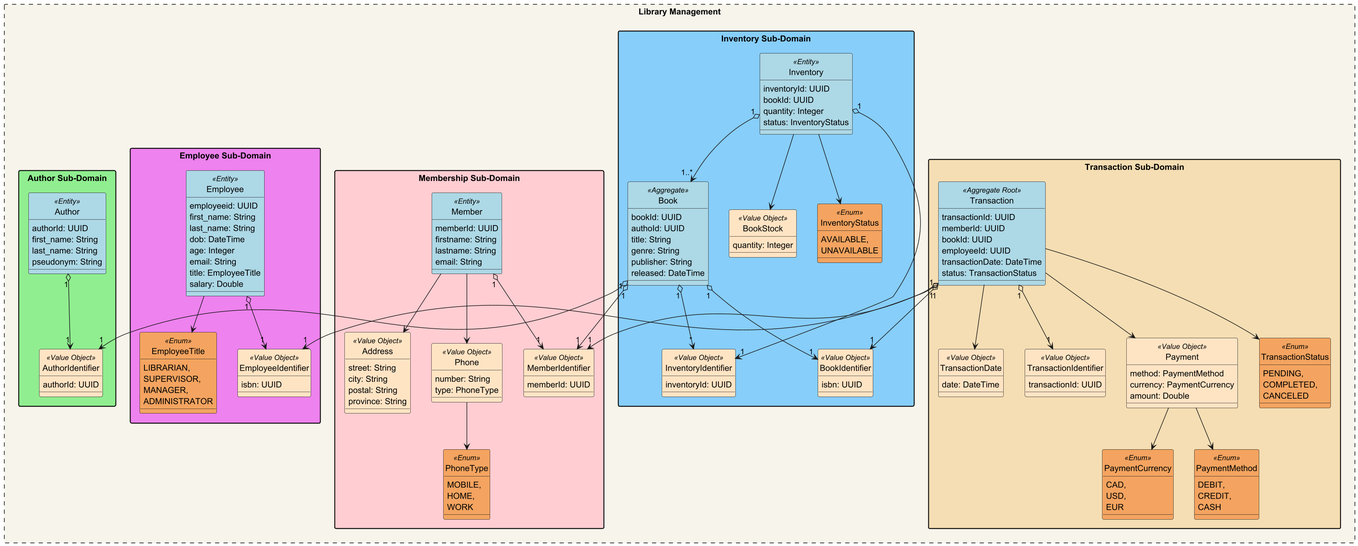
ClaytonTKC/LibraryManagement keeps this PlantUML diagram as Domain.png. Above is the earlier version.
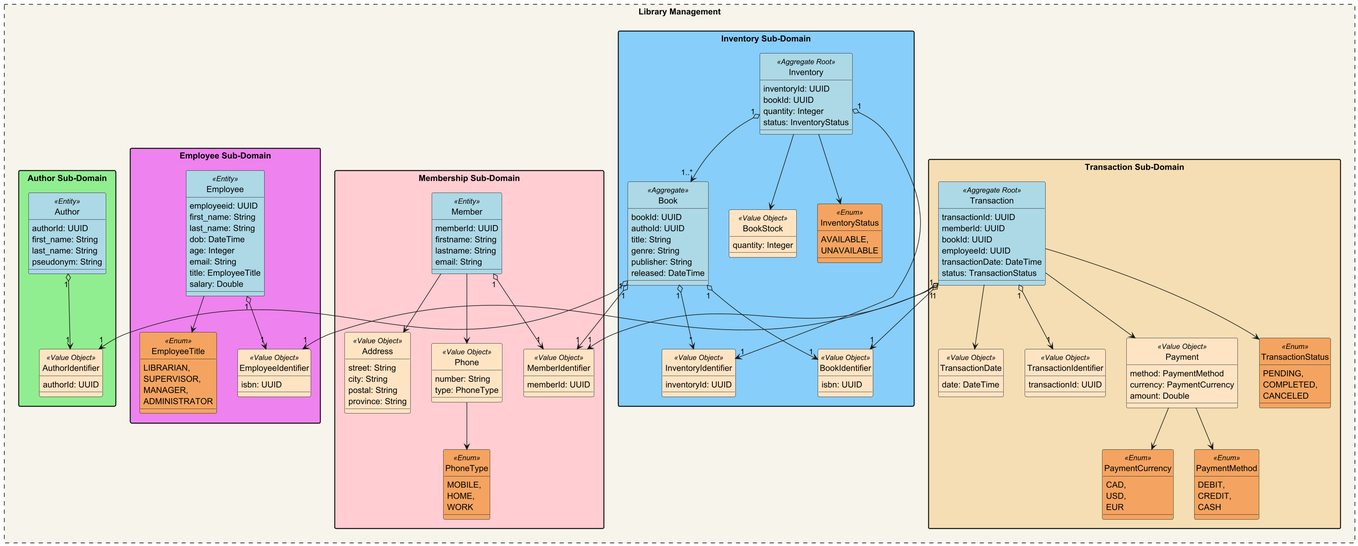
The same file after the commit.

Commit message:
Updated DDD Diagram

Diff of the diagram source:
```diff
@@ -122,7 +122,7 @@
     }
 
     package "Inventory Sub-Domain" #LightSkyBlue {
-        ENTITY(Inventory) #lightblue {
+        AGGREGATE_ROOT(Inventory) #lightblue {
             inventoryId: UUID
             bookId: UUID
             quantity: Integer
```
